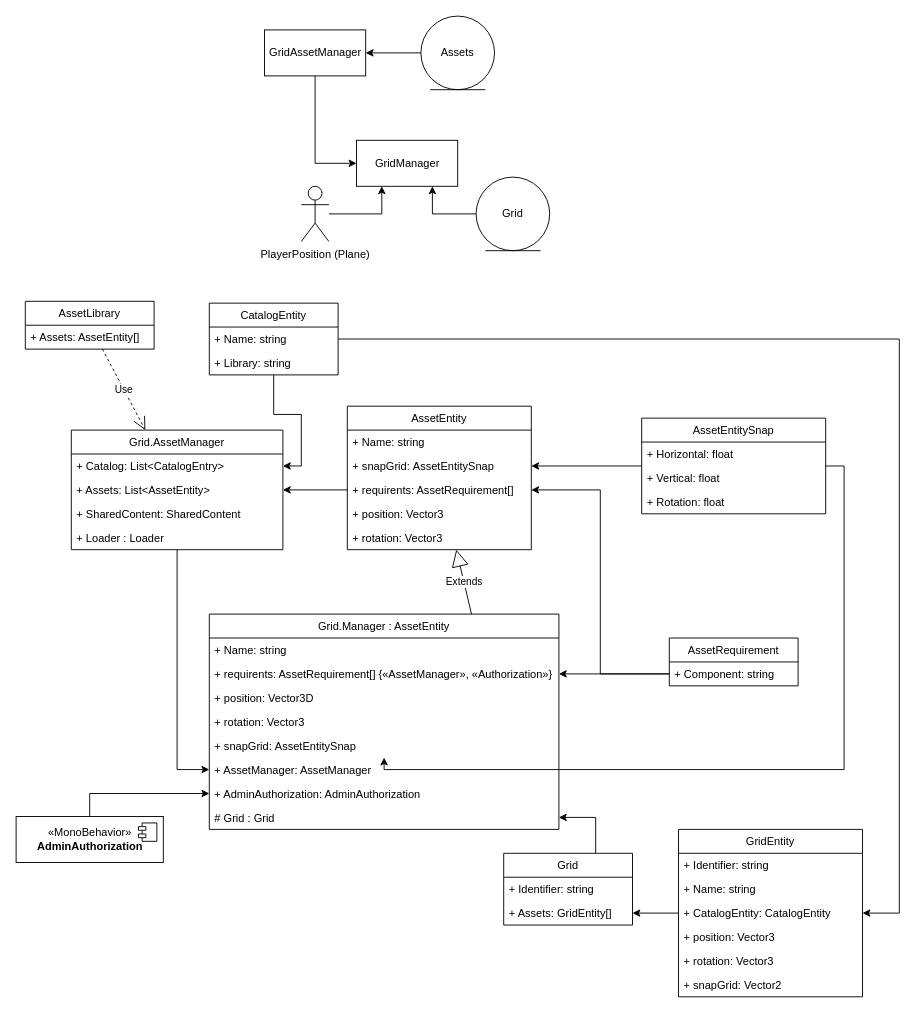
Above: Unity/GridSystem.drawio in enbock/itbock.de (draw.io), before the change. Source tidied: cells renumbered, new cells numbered last; positions are measured from the earlier drawing's top-left corner, leaving out a move shared by most shapes. Both pictures are drawn from the tidied source at 92%, with x=0, y=0 at pixel (16, 16).
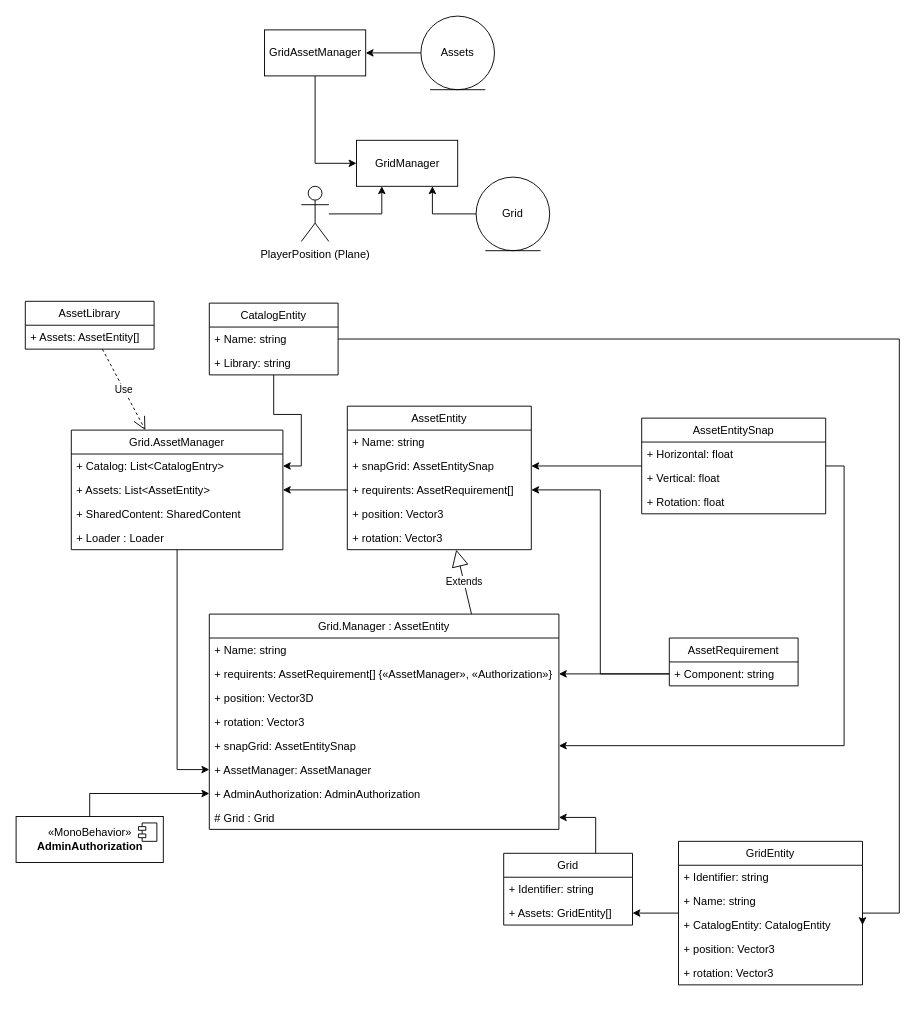
The same page after the edit.

Commit message (it also covers changes not shown here):
Implement Duplicate and Remove of entity in grid.

Unchanged cells that the change refers to:
```xml
<mxCell id="38" value="+ snapGrid: AssetEntitySnap&#10;" style="text;strokeColor=none;fillColor=none;align=left;verticalAlign=top;spacingLeft=4;spacingRight=4;overflow=hidden;points=[[0,0.5],[1,0.5]];portConstraint=eastwest;" parent="33" vertex="1">
  <mxGeometry y="130" width="380" height="26" as="geometry" />
</mxCell>
<mxCell id="57" value="+ Vertical: float" style="text;strokeColor=none;fillColor=none;align=left;verticalAlign=top;spacingLeft=4;spacingRight=4;overflow=hidden;points=[[0,0.5],[1,0.5]];portConstraint=eastwest;" parent="55" vertex="1">
  <mxGeometry y="52" width="200" height="26" as="geometry" />
</mxCell>
```

Diff of the diagram source:
```diff
@@
     <mxCell id="54" style="edgeStyle=orthogonalEdgeStyle;rounded=0;jettySize=auto;html=1;" parent="1" edge="1" source="57" target="38">
       <mxGeometry relative="1" as="geometry">
         <Array as="points">
           <mxPoint x="900" y="489" />
-          <mxPoint x="900" y="819" />
+          <mxPoint x="900" y="793" />
         </Array>
       </mxGeometry>
     </mxCell>
@@
     <mxCell id="62" value="GridEntity" style="swimlane;fontStyle=0;horizontal=1;startSize=26;fillColor=none;" parent="1" vertex="1">
-      <mxGeometry x="720" y="884" width="200" height="182" as="geometry" />
+      <mxGeometry x="720" y="897" width="200" height="156" as="geometry" />
     </mxCell>
@@
-    <mxCell id="68" value="+ snapGrid: Vector2" style="text;strokeColor=none;fillColor=none;align=left;verticalAlign=top;spacingLeft=4;spacingRight=4;overflow=hidden;" parent="62" vertex="1">
-      <mxGeometry y="156" width="200" height="26" as="geometry" />
-    </mxCell>
```
